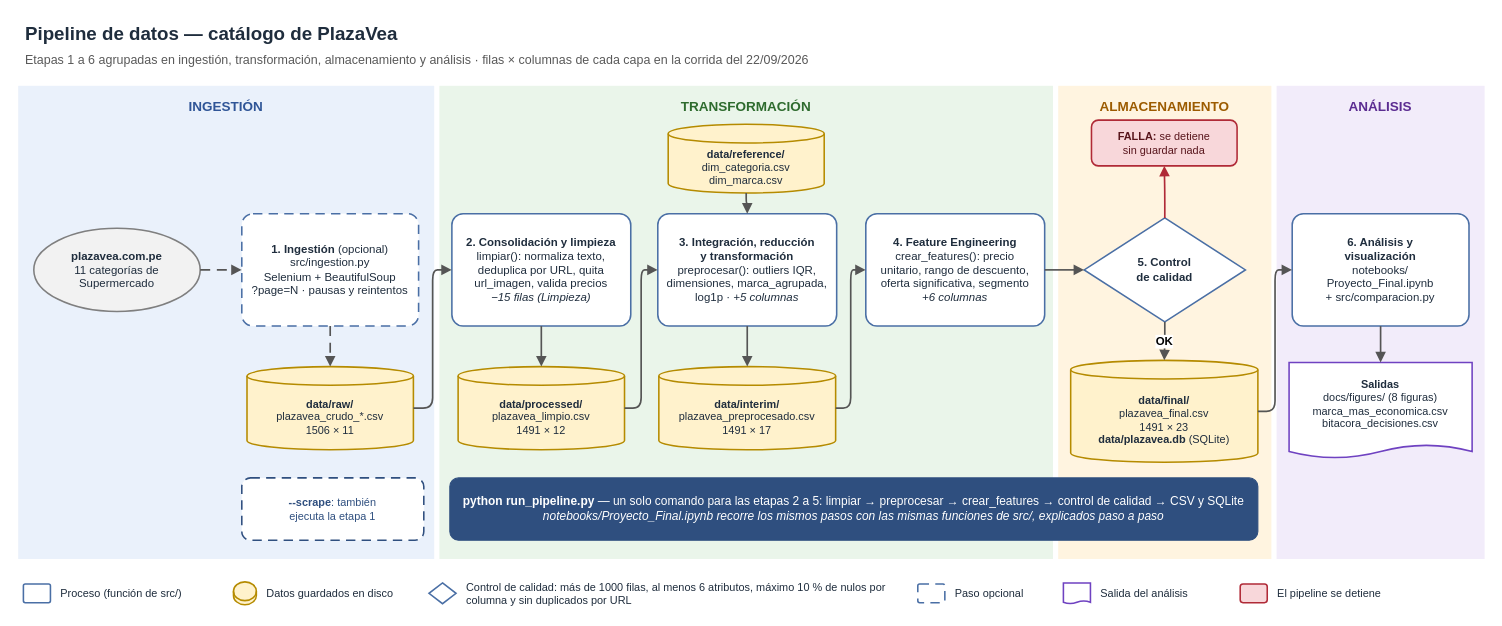
Above: docs/pipeline.drawio in DnCuadros23/Proyecto-ACD (draw.io), before the change. Source tidied: cells renumbered, new cells numbered last; positions are measured from the earlier drawing's top-left corner, leaving out a move shared by most shapes. Both pictures are drawn from the tidied source at 104%, with x=0, y=0 at pixel (18, 18).
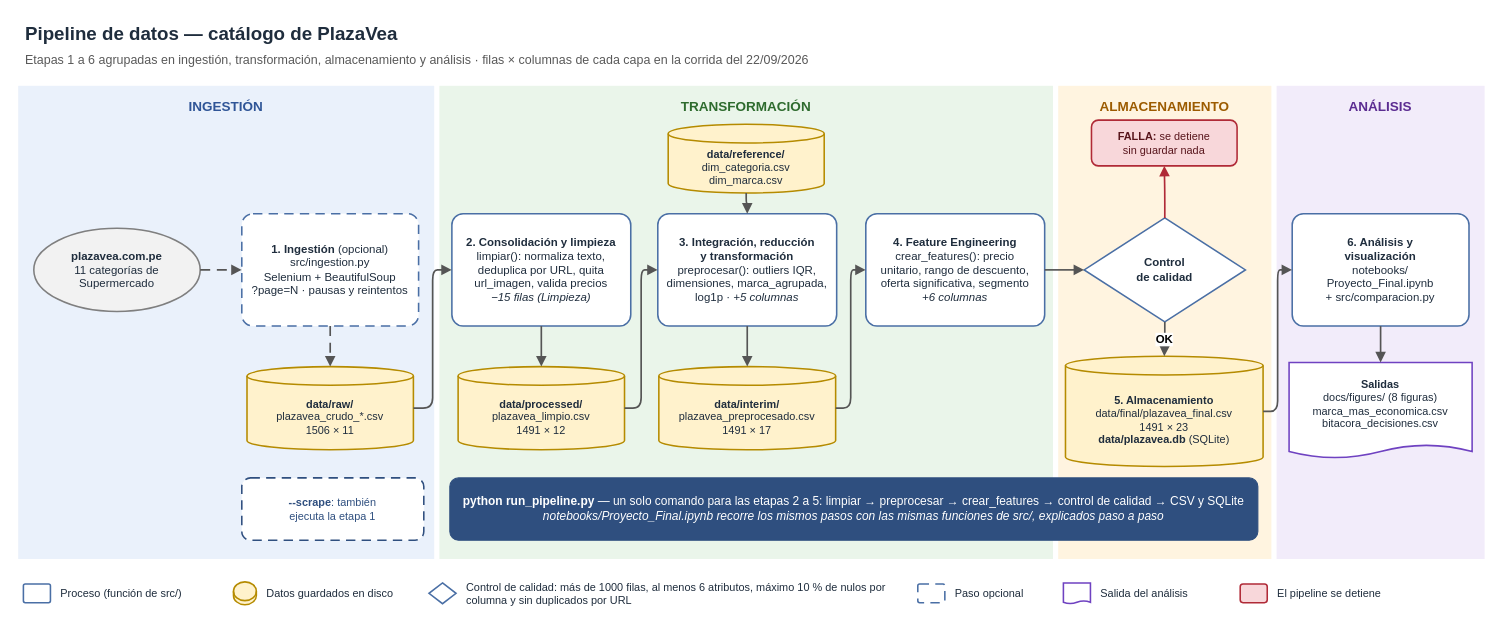
The same page after the edit.

Commit message (it also covers changes not shown here):
docs: etapa 5 del diagrama como Almacenamiento, igual que la Tabla 5 del informe

Diff of the diagram source:
```diff
@@
-    <mxCell id="17" value="&lt;b&gt;5. Control&lt;br&gt;de calidad&lt;/b&gt;" style="whiteSpace=wrap;html=1;fontFamily=Helvetica;fontColor=#1F2D3D;rhombus;fillColor=#FFFFFF;strokeColor=#4A6FA5;strokeWidth=1.5;fontSize=11;" parent="1" vertex="1">
+    <mxCell id="17" value="&lt;b&gt;Control&lt;br&gt;de calidad&lt;/b&gt;" style="whiteSpace=wrap;html=1;fontFamily=Helvetica;fontColor=#1F2D3D;rhombus;fillColor=#FFFFFF;strokeColor=#4A6FA5;strokeWidth=1.5;fontSize=11;" parent="1" vertex="1">
       <mxGeometry x="1025" y="192" width="155" height="100" as="geometry" />
     </mxCell>
@@
-    <mxCell id="19" value="&lt;b&gt;data/final/&lt;/b&gt;&lt;br&gt;plazavea_final.csv&lt;br&gt;1491 × 23&lt;br&gt;&lt;b&gt;data/plazavea.db&lt;/b&gt; (SQLite)" style="whiteSpace=wrap;html=1;fontFamily=Helvetica;fontColor=#1F2D3D;shape=cylinder3;boundedLbl=1;backgroundOutline=1;size=9;fillColor=#FFF2CC;strokeColor=#B58B00;strokeWidth=1.5;fontSize=10.5;" parent="1" vertex="1">
-      <mxGeometry x="1012" y="329" width="180" height="98" as="geometry" />
+    <mxCell id="19" value="&lt;b&gt;5. Almacenamiento&lt;/b&gt;&lt;br&gt;data/final/plazavea_final.csv&lt;br&gt;1491 × 23&lt;br&gt;&lt;b&gt;data/plazavea.db&lt;/b&gt; (SQLite)" style="whiteSpace=wrap;html=1;fontFamily=Helvetica;fontColor=#1F2D3D;shape=cylinder3;boundedLbl=1;backgroundOutline=1;size=9;fillColor=#FFF2CC;strokeColor=#B58B00;strokeWidth=1.5;fontSize=10.5;" parent="1" vertex="1">
+      <mxGeometry x="1007" y="325" width="190" height="106" as="geometry" />
     </mxCell>
```
